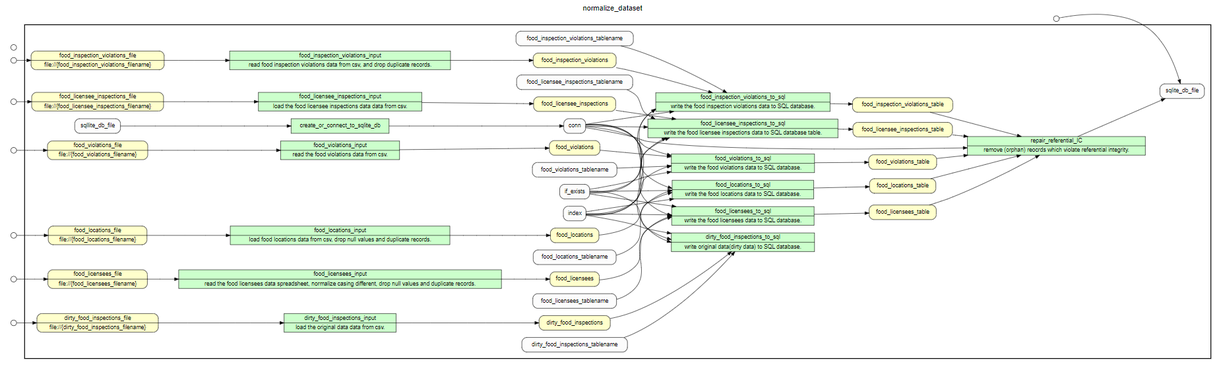
This is normalize_data.png from dmcguire81/CS513DataCleaningTeam152, a Graphviz export, as it was before one commit. Its source is kept beside it as normalize_data.gv.
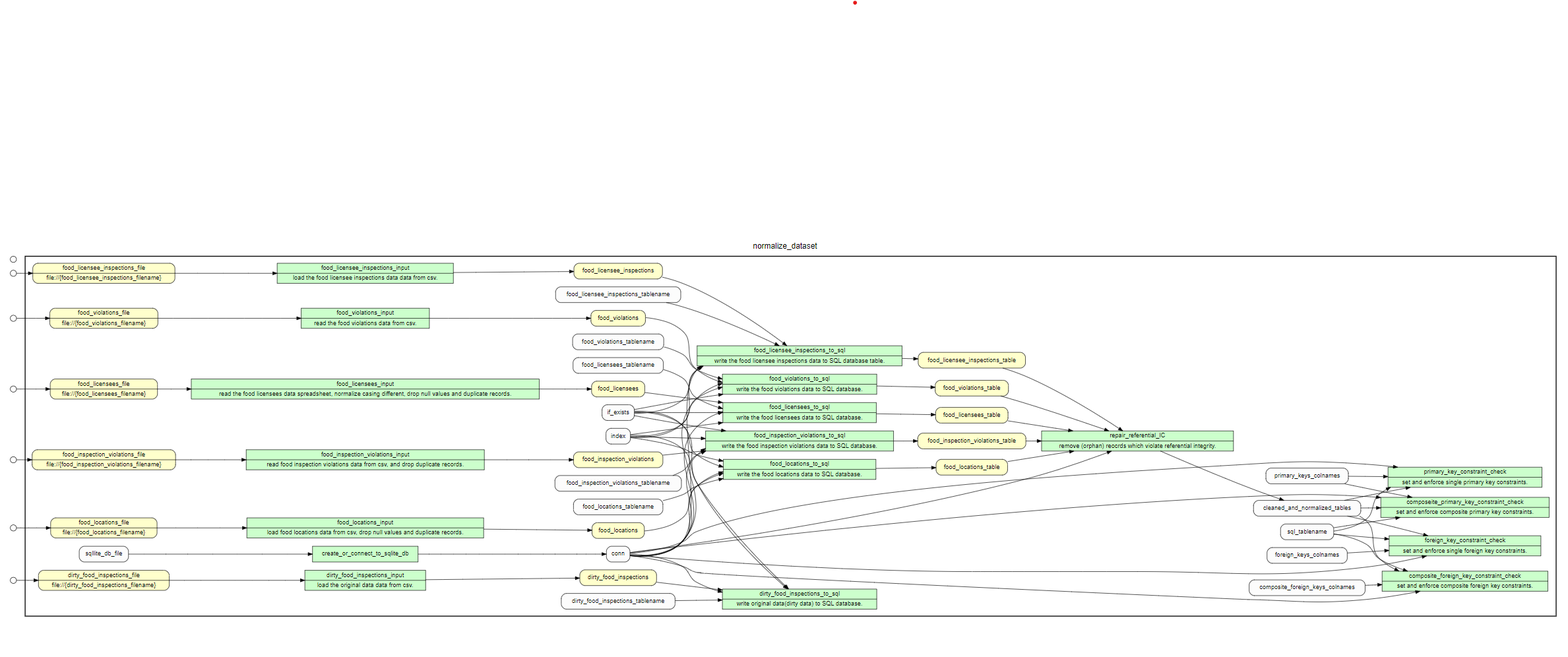
Above is the later version.

What changed in the source:
```diff
@@ -28,6 +28,10 @@
 food_locations_to_sql [shape=record rankdir=LR label="{{<f0> food_locations_to_sql |<f1> write the food locations data to SQL database.}}"];
 dirty_food_inspections_to_sql [shape=record rankdir=LR label="{{<f0> dirty_food_inspections_to_sql |<f1> write original data(dirty data) to SQL database.}}"];
 repair_referential_IC [shape=record rankdir=LR label="{{<f0> repair_referential_IC |<f1> remove (orphan) reocrds which violate referential integrity.}}"];
+primary_key_constraint_check [shape=record rankdir=LR label="{{<f0> primary_key_constraint_check |<f1> set and enforce single primary key constraints.}}"];
+foreign_key_constraint_check [shape=record rankdir=LR label="{{<f0> foreign_key_constraint_check |<f1> set and enforce single foreign key constraints.}}"];
+composeite_primary_key_constraint_check [shape=record rankdir=LR label="{{<f0> composeite_primary_key_constraint_check |<f1> set and enforce composite primary key constraints.}}"];
+composite_foreign_key_constraint_check [shape=record rankdir=LR label="{{<f0> composite_foreign_key_constraint_check |<f1> set and enforce composite foreign key constraints.}}"];
 
 /* Style for nodes representing non-parameter data channels in workflow */
 node[shape=box style="rounded,filled" fillcolor="#FFFFCC" peripheries=1 fontname=Helvetica]
@@ -56,6 +60,7 @@
 
 /* Nodes representing parameter channels in workflow */
 conn
+cleaned_and_normalized_tables
 
 /* Edges representing connections between programs and channels */
 food_licensee_inspections_input -> food_licensee_inspections
@@ -107,13 +112,29 @@
 conn -> dirty_food_inspections_to_sql
 if_exists -> dirty_food_inspections_to_sql
 index -> dirty_food_inspections_to_sql
-repair_referential_IC -> sqlite_db_file
+repair_referential_IC -> cleaned_and_normalized_tables
 food_licensee_inspections_table -> repair_referential_IC
 food_licensees_table -> repair_referential_IC
 food_inspection_violations_table -> repair_referential_IC
 food_violations_table -> repair_referential_IC
 food_locations_table -> repair_referential_IC
 conn -> repair_referential_IC
+sql_tablename -> primary_key_constraint_check
+primary_keys_colnames -> primary_key_constraint_check
+cleaned_and_normalized_tables -> primary_key_constraint_check
+conn -> primary_key_constraint_check
+sql_tablename -> foreign_key_constraint_check
+foreign_keys_colnames -> foreign_key_constraint_check
+cleaned_and_normalized_tables -> foreign_key_constraint_check
+conn -> foreign_key_constraint_check
+sql_tablename -> composeite_primary_key_constraint_check
+primary_keys_colnames -> composeite_primary_key_constraint_check
+cleaned_and_normalized_tables -> composeite_primary_key_constraint_check
+conn -> composeite_primary_key_constraint_check
+sql_tablename -> composite_foreign_key_constraint_check
+composite_foreign_keys_colnames -> composite_foreign_key_constraint_check
+cleaned_and_normalized_tables -> composite_foreign_key_constraint_check
+conn -> composite_foreign_key_constraint_check
 
 /* End of double cluster for drawing box around nodes in workflow */
 }}
@@ -128,7 +149,6 @@
 food_licensees_file_input_port [label=""]
 food_locations_file_input_port [label=""]
 dirty_food_inspections_file_input_port [label=""]
-sqlite_db_file_input_port [label=""]
 
 /* Style for nodes representing workflow output ports */
 node[shape=circle style="rounded,filled" fillcolor="#FFFFFF" peripheries=1 fontname=Helvetica width=0.2]
@@ -143,7 +163,6 @@
 food_licensees_file_input_port -> food_licensees_file
 food_locations_file_input_port -> food_locations_file
 dirty_food_inspections_file_input_port -> dirty_food_inspections_file
-sqlite_db_file_input_port -> sqlite_db_file
 
 /* Edges from channels to output ports */
 
```
